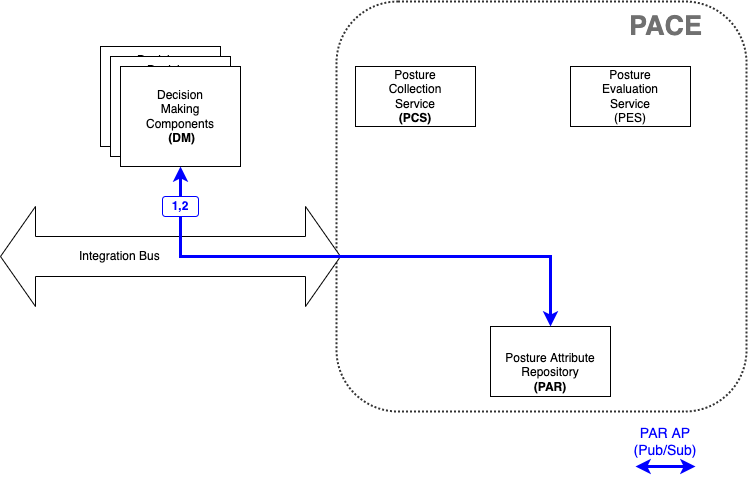
Before: docs/UseCases/Images/CollectSbomWithCommand.png, a diagram exported from draw.io (opencybersecurityalliance/PACE). Source tidied: cells renumbered, new cells last; positions are measured from the earlier drawing's top-left corner, leaving out a move shared by most shapes.
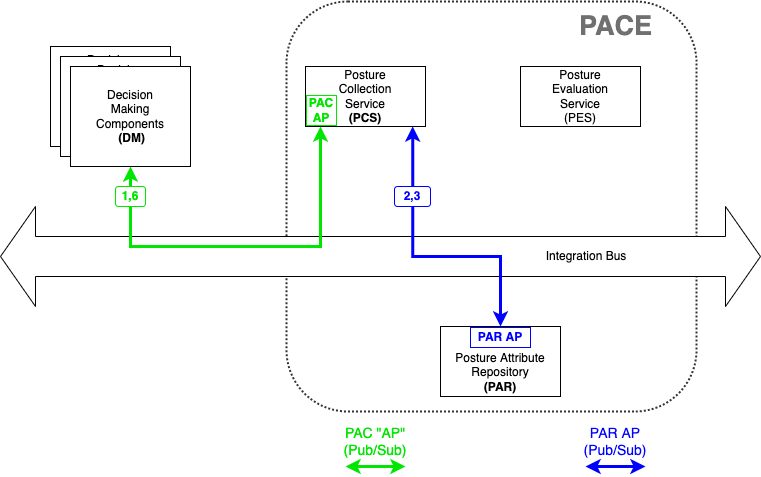
Above is the later version.

Diff of the diagram source:
```diff
@@ -5,8 +5,8 @@
     <mxCell id="2" style="whiteSpace=wrap;html=1;fillColor=none;strokeWidth=2;rounded=1;dashed=1;dashPattern=1 1;opacity=80;" parent="1" vertex="1">
       <mxGeometry x="336" width="410" height="410" as="geometry" />
     </mxCell>
-    <mxCell id="3" value="Integration Bus&lt;span style=&quot;white-space: pre&quot;&gt;&#9;&lt;/span&gt;&lt;span style=&quot;white-space: pre&quot;&gt;&#9;&lt;/span&gt;&lt;span style=&quot;white-space: pre&quot;&gt;&#9;&lt;/span&gt;&lt;span style=&quot;white-space: pre&quot;&gt;&#9;&lt;span style=&quot;white-space: pre&quot;&gt;&#9;&lt;/span&gt; &lt;/span&gt;&amp;nbsp; &amp;nbsp; &amp;nbsp; &amp;nbsp; &amp;nbsp; &amp;nbsp; &amp;nbsp;" style="html=1;shadow=0;dashed=0;align=right;verticalAlign=middle;shape=mxgraph.arrows2.twoWayArrow;dy=0.6;dx=35;" parent="1" vertex="1">
-      <mxGeometry y="205" width="340" height="100" as="geometry" />
+    <mxCell id="3" value="Integration Bus&lt;span style=&quot;white-space: pre&quot;&gt;&#9;&lt;/span&gt;&lt;span style=&quot;white-space: pre&quot;&gt;&#9;&lt;/span&gt;&lt;span style=&quot;white-space: pre&quot;&gt;&#9;&lt;/span&gt;&lt;span style=&quot;white-space: pre&quot;&gt;&#9;&lt;span style=&quot;white-space: pre&quot;&gt;&#9;&lt;/span&gt;&lt;/span&gt;" style="html=1;shadow=0;dashed=0;align=right;verticalAlign=middle;shape=mxgraph.arrows2.twoWayArrow;dy=0.6;dx=35;" parent="1" vertex="1">
+      <mxGeometry x="50" y="205" width="760" height="100" as="geometry" />
     </mxCell>
     <mxCell id="4" value="Posture&lt;br&gt;Collection&lt;br&gt;Service&lt;br&gt;&lt;b&gt;(PCS)&lt;/b&gt;" style="rounded=0;whiteSpace=wrap;html=1;" parent="1" vertex="1">
       <mxGeometry x="355" y="65" width="120" height="60" as="geometry" />
@@ -26,28 +26,55 @@
     <mxCell id="9" value="Decision&lt;br&gt;Making&lt;br&gt;Components&lt;br&gt;&amp;nbsp;&lt;b&gt;(DM)&lt;/b&gt;" style="rounded=0;whiteSpace=wrap;html=1;" parent="1" vertex="1">
       <mxGeometry x="120" y="65" width="120" height="100" as="geometry" />
     </mxCell>
+    <mxCell id="15" style="endArrow=classic;startArrow=classic;html=1;rounded=0;strokeColor=#00E600;strokeWidth=3;startFill=1;endSize=6;exitX=0.5;exitY=1;exitDx=0;exitDy=0;endFill=1;sourcePerimeterSpacing=6;targetPerimeterSpacing=6;" parent="1" edge="1" source="9">
+      <mxGeometry relative="1" as="geometry">
+        <mxPoint x="370" y="125" as="targetPoint" />
+        <Array as="points">
+          <mxPoint x="180" y="245" />
+          <mxPoint x="370" y="245" />
+        </Array>
+      </mxGeometry>
+    </mxCell>
     <mxCell id="10" value="&lt;font color=&quot;#707070&quot;&gt;PACE&lt;/font&gt;" style="text;html=1;align=center;verticalAlign=middle;fillColor=none;strokeColor=none;rounded=0;dashed=1;dashPattern=1 1;opacity=80;fontStyle=1;fontSize=27;fontColor=#636363;" parent="1" vertex="1">
       <mxGeometry x="620" y="5" width="90" height="40" as="geometry" />
     </mxCell>
+    <mxCell id="16" style="endArrow=classic;startArrow=classic;html=1;rounded=0;fontColor=#0000FF;endSize=6;sourcePerimeterSpacing=6;targetPerimeterSpacing=6;strokeColor=#00E600;strokeWidth=3;" parent="1" edge="1">
+      <mxGeometry relative="1" as="geometry">
+        <mxPoint x="395" y="465" as="sourcePoint" />
+        <mxPoint x="455" y="465" as="targetPoint" />
+      </mxGeometry>
+    </mxCell>
+    <mxCell id="17" value="PAC &quot;AP&quot;&lt;br style=&quot;font-size: 14px&quot;&gt;(Pub/Sub)" style="text;html=1;strokeColor=none;fillColor=none;align=center;verticalAlign=middle;whiteSpace=wrap;rounded=0;fontColor=#00E600;fontSize=14;" parent="1" vertex="1">
+      <mxGeometry x="395" y="425" width="60" height="30" as="geometry" />
+    </mxCell>
     <mxCell id="11" style="endArrow=classic;startArrow=classic;html=1;rounded=0;fontColor=#0000FF;endSize=6;sourcePerimeterSpacing=6;targetPerimeterSpacing=6;strokeColor=#0000FF;strokeWidth=3;startFill=1;" parent="1" edge="1">
       <mxGeometry relative="1" as="geometry">
         <mxPoint x="635" y="465" as="sourcePoint" />
         <mxPoint x="695" y="465" as="targetPoint" />
       </mxGeometry>
     </mxCell>
-    <mxCell id="12" value="PAR AP&lt;br&gt;(Pub/Sub)" style="text;html=1;strokeColor=none;fillColor=none;align=center;verticalAlign=middle;whiteSpace=wrap;rounded=0;fontColor=#0000FF;fontSize=14;" parent="1" vertex="1">
+    <mxCell id="12" value="PAR AP&lt;br style=&quot;font-size: 14px&quot;&gt;(Pub/Sub)" style="text;html=1;strokeColor=none;fillColor=none;align=center;verticalAlign=middle;whiteSpace=wrap;rounded=0;fontColor=#0000FF;fontSize=14;" parent="1" vertex="1">
       <mxGeometry x="625" y="425" width="80" height="30" as="geometry" />
     </mxCell>
-    <mxCell id="13" style="endArrow=classic;startArrow=classic;html=1;rounded=0;fontColor=#FF0000;strokeColor=#0000FF;exitX=0.5;exitY=1;exitDx=0;exitDy=0;entryX=0.5;entryY=0;entryDx=0;entryDy=0;edgeStyle=orthogonalEdgeStyle;strokeWidth=3;startFill=1;" parent="1" edge="1" source="9" target="6">
+    <mxCell id="13" style="endArrow=classic;startArrow=classic;html=1;rounded=0;fontColor=#FF0000;strokeColor=#0000FF;exitX=0.893;exitY=0.999;exitDx=0;exitDy=0;entryX=0.5;entryY=0;entryDx=0;entryDy=0;edgeStyle=orthogonalEdgeStyle;strokeWidth=3;startFill=1;exitPerimeter=0;" parent="1" edge="1" source="4" target="6">
       <mxGeometry relative="1" as="geometry">
         <Array as="points">
-          <mxPoint x="180" y="255" />
+          <mxPoint x="462" y="255" />
           <mxPoint x="550" y="255" />
         </Array>
       </mxGeometry>
     </mxCell>
-    <mxCell id="14" value="1,2" style="rounded=1;whiteSpace=wrap;html=1;fontColor=#0000FF;strokeColor=#0000FF;strokeWidth=1;fontStyle=1;" parent="1" vertex="1">
-      <mxGeometry x="162" y="195" width="36" height="20" as="geometry" />
+    <mxCell id="14" value="2,3" style="rounded=1;whiteSpace=wrap;html=1;fontColor=#0000FF;strokeColor=#0000FF;strokeWidth=1;fontStyle=1;" parent="1" vertex="1">
+      <mxGeometry x="444" y="185" width="36" height="20" as="geometry" />
     </mxCell>
+    <mxCell id="18" value="1,6" style="rounded=1;whiteSpace=wrap;html=1;fontColor=#00E600;strokeColor=#00E600;strokeWidth=1;fontStyle=1;" parent="1" vertex="1">
+      <mxGeometry x="165" y="185" width="30" height="20" as="geometry" />
+    </mxCell>
+    <mxCell id="19" value="&lt;b&gt;PAC&lt;br&gt;AP&lt;/b&gt;" style="rounded=0;whiteSpace=wrap;html=1;fontColor=#00E600;strokeColor=#00E600;" parent="1" vertex="1">
+      <mxGeometry x="356" y="94" width="30" height="30" as="geometry" />
+    </mxCell>
+    <mxCell id="20" value="PAR AP" style="rounded=0;whiteSpace=wrap;html=1;fontColor=#0000FF;strokeColor=#0000FF;fontStyle=1;" parent="1" vertex="1">
+      <mxGeometry x="520" y="326" width="60" height="20" as="geometry" />
+    </mxCell>
   </root>
 </mxGraphModel>
```
